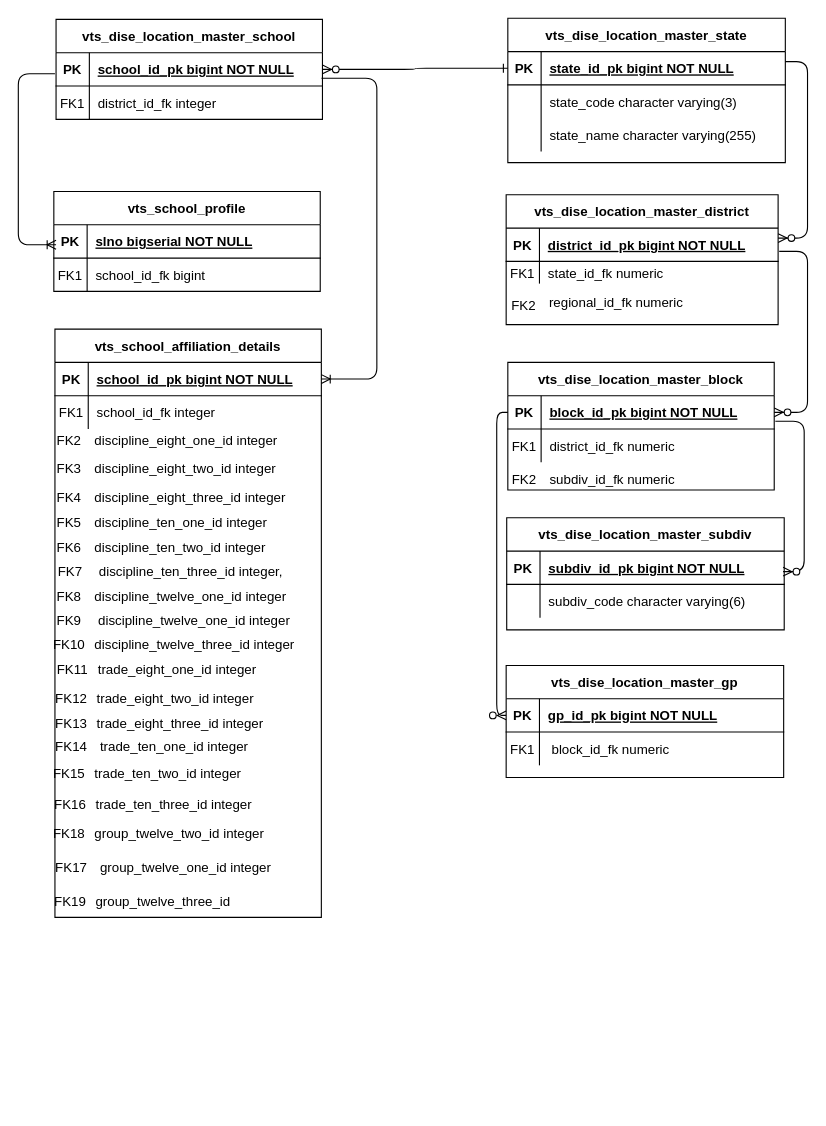
Before: Untitled Diagram.drawio in sourav4371/sourav, a draw.io diagram. Source tidied: cells renumbered, new cells numbered last; positions are measured from the earlier drawing's top-left corner, leaving out a move shared by most shapes. Both pictures are drawn from the tidied source at 111%, with x=0, y=0 at pixel (18, 18).
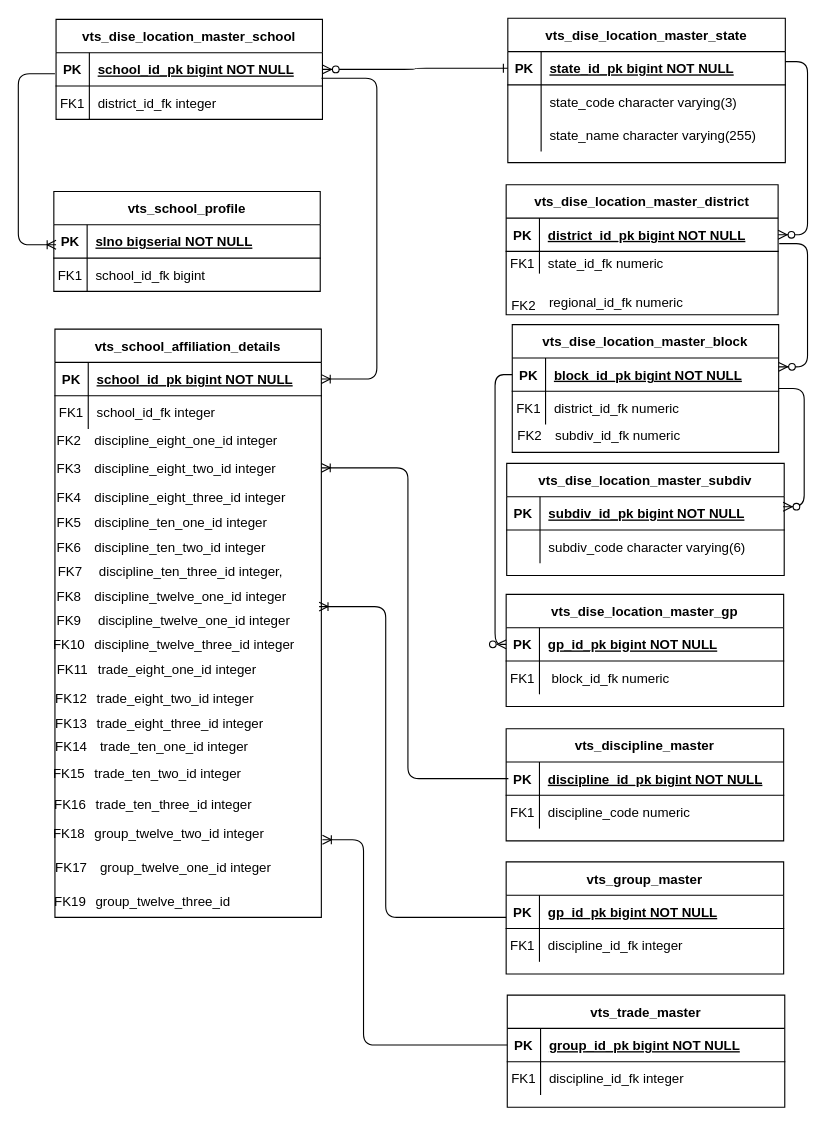
The same diagram, later.

The change refers to these unchanged cells:
```xml
<mxCell id="19" style="shape=partialRectangle;fillColor=none;points=[[0,0.5],[1,0.5]];portConstraint=eastwest;top=0;left=0;right=0;bottom=1;" parent="18" vertex="1">
  <mxGeometry y="30" width="245" height="30" as="geometry" />
</mxCell>
<mxCell id="43" style="shape=partialRectangle;fillColor=none;points=[[0,0.5],[1,0.5]];portConstraint=eastwest;top=0;left=0;right=0;bottom=1;" parent="42" vertex="1">
  <mxGeometry y="30" width="240" height="30" as="geometry" />
</mxCell>
```

The edit, as a diff of the source:
```diff
@@
-    <mxCell id="5" style="edgeStyle=orthogonalEdgeStyle;fontSize=12;html=1;endArrow=ERzeroToMany;endFill=1;exitX=1;exitY=0.5;exitDx=0;exitDy=0;entryX=1;entryY=0.5;entryDx=0;entryDy=0;" parent="1" edge="1">
+    <mxCell id="5" style="edgeStyle=orthogonalEdgeStyle;fontSize=12;html=1;endArrow=ERzeroToMany;endFill=1;exitX=1;exitY=0.5;exitDx=0;exitDy=0;entryX=1;entryY=0.5;entryDx=0;entryDy=0;" parent="1" edge="1" target="19">
       <mxGeometry relative="1" as="geometry">
         <mxPoint x="691" y="39" as="sourcePoint" />
-        <mxPoint x="684.5" y="198" as="targetPoint" />
         <Array as="points">
           <mxPoint x="711" y="39" />
-          <mxPoint x="711" y="198" />
+          <mxPoint x="711" y="195" />
         </Array>
       </mxGeometry>
     </mxCell>
@@
     <mxCell id="14" style="shape=partialRectangle;fillColor=none;top=0;left=0;right=0;bottom=0;" parent="1" vertex="1">
-      <mxGeometry x="441" y="400" width="250" height="30" as="geometry" />
+      <mxGeometry x="446" y="360" width="250" height="30" as="geometry" />
     </mxCell>
@@
     <mxCell id="18" value="vts_dise_location_master_district" style="shape=table;startSize=30;childLayout=tableLayout;rowLines=0;fontStyle=1;align=center;" parent="1" vertex="1">
-      <mxGeometry x="439.5" y="159" width="245" height="117" as="geometry" />
+      <mxGeometry x="439.5" y="150" width="245" height="117" as="geometry" />
     </mxCell>
@@
     <mxCell id="42" value="vts_dise_location_master_block" style="shape=table;startSize=30;childLayout=tableLayout;rowLines=0;fontStyle=1;align=center;" parent="1" vertex="1">
-      <mxGeometry x="441" y="310" width="240" height="115" as="geometry" />
+      <mxGeometry x="445" y="276" width="240" height="115" as="geometry" />
     </mxCell>
@@
     <mxCell id="49" value="vts_dise_location_master_subdiv" style="shape=table;startSize=30;childLayout=tableLayout;rowLines=0;fontStyle=1;align=center;" parent="1" vertex="1">
-      <mxGeometry x="440" y="450" width="250" height="101" as="geometry" />
+      <mxGeometry x="440" y="401" width="250" height="101" as="geometry" />
     </mxCell>
@@
     <mxCell id="56" value="vts_dise_location_master_gp" style="shape=table;startSize=30;childLayout=tableLayout;rowLines=0;fontStyle=1;align=center;" parent="1" vertex="1">
-      <mxGeometry x="439.5" y="583" width="250" height="101" as="geometry" />
+      <mxGeometry x="439.5" y="519" width="250" height="101" as="geometry" />
     </mxCell>
@@
-    <mxCell id="63" style="edgeStyle=orthogonalEdgeStyle;fontSize=12;html=1;endArrow=ERzeroToMany;endFill=1;exitX=1;exitY=0.5;exitDx=0;exitDy=0;entryX=1;entryY=0.5;entryDx=0;entryDy=0;" parent="1" edge="1" target="43">
+    <mxCell id="63" style="edgeStyle=orthogonalEdgeStyle;fontSize=12;html=1;endArrow=ERzeroToMany;endFill=1;exitX=1;exitY=0.5;exitDx=0;exitDy=0;entryX=1;entryY=0.5;entryDx=0;entryDy=0;" parent="1" edge="1">
       <mxGeometry relative="1" as="geometry">
-        <mxPoint x="685.5" y="210" as="sourcePoint" />
+        <mxPoint x="685.5" y="203" as="sourcePoint" />
+        <mxPoint x="685" y="314" as="targetPoint" />
         <Array as="points">
-          <mxPoint x="711" y="210" />
-          <mxPoint x="711" y="355" />
+          <mxPoint x="711" y="203" />
+          <mxPoint x="711" y="314" />
         </Array>
       </mxGeometry>
     </mxCell>
-    <mxCell id="64" style="edgeStyle=orthogonalEdgeStyle;fontSize=12;html=1;endArrow=ERzeroToMany;endFill=1;exitX=1;exitY=0.5;exitDx=0;exitDy=0;entryX=1;entryY=0.5;entryDx=0;entryDy=0;" parent="1" edge="1">
+    <mxCell id="64" style="edgeStyle=orthogonalEdgeStyle;fontSize=12;html=1;endArrow=ERzeroToMany;endFill=1;exitX=1;exitY=0.5;exitDx=0;exitDy=0;" parent="1" edge="1" source="42">
       <mxGeometry relative="1" as="geometry">
-        <mxPoint x="682" y="363" as="sourcePoint" />
-        <mxPoint x="689" y="498.5" as="targetPoint" />
+        <mxPoint x="689" y="440" as="targetPoint" />
         <Array as="points">
-          <mxPoint x="708" y="363" />
-          <mxPoint x="708" y="499" />
+          <mxPoint x="708" y="334" />
+          <mxPoint x="708" y="440" />
         </Array>
       </mxGeometry>
     </mxCell>
@@
+    <mxCell id="137" value="vts_discipline_master" style="shape=table;startSize=30;childLayout=tableLayout;rowLines=0;fontStyle=1;align=center;" parent="1" vertex="1">
+      <mxGeometry x="439.5" y="640" width="250" height="101" as="geometry" />
+    </mxCell>
+    <mxCell id="138" style="shape=partialRectangle;fillColor=none;top=0;left=0;right=0;bottom=1;" parent="137" vertex="1">
+      <mxGeometry y="30" width="250" height="30" as="geometry" />
+    </mxCell>
+    <mxCell id="139" value="PK" style="shape=partialRectangle;overflow=hidden;fillColor=none;top=0;left=0;bottom=0;right=0;fontStyle=1;" parent="138" vertex="1">
+      <mxGeometry width="30" height="30" as="geometry" />
+    </mxCell>
+    <mxCell id="140" value="discipline_id_pk bigint NOT NULL" style="shape=partialRectangle;overflow=hidden;fillColor=none;top=0;left=0;bottom=0;right=0;align=left;spacingLeft=6;fontStyle=5;" parent="138" vertex="1">
+      <mxGeometry x="30" width="220" height="30" as="geometry" />
+    </mxCell>
+    <mxCell id="141" style="shape=partialRectangle;fillColor=none;top=0;left=0;right=0;bottom=0;" parent="137" vertex="1">
+      <mxGeometry y="60" width="250" height="30" as="geometry" />
+    </mxCell>
+    <mxCell id="142" value="FK1" style="shape=partialRectangle;overflow=hidden;fillColor=none;top=0;left=0;bottom=0;right=0;" parent="141" vertex="1">
+      <mxGeometry width="30" height="30" as="geometry" />
+    </mxCell>
+    <mxCell id="143" value="discipline_code numeric" style="shape=partialRectangle;overflow=hidden;fillColor=none;top=0;left=0;bottom=0;right=0;align=left;spacingLeft=6;" parent="141" vertex="1">
+      <mxGeometry x="30" width="220" height="30" as="geometry" />
+    </mxCell>
+    <mxCell id="144" value="vts_group_master" style="shape=table;startSize=30;childLayout=tableLayout;rowLines=0;fontStyle=1;align=center;" parent="1" vertex="1">
+      <mxGeometry x="439.5" y="760" width="250" height="101" as="geometry" />
+    </mxCell>
+    <mxCell id="145" style="shape=partialRectangle;fillColor=none;top=0;left=0;right=0;bottom=1;" parent="144" vertex="1">
+      <mxGeometry y="30" width="250" height="30" as="geometry" />
+    </mxCell>
+    <mxCell id="146" value="PK" style="shape=partialRectangle;overflow=hidden;fillColor=none;top=0;left=0;bottom=0;right=0;fontStyle=1;" parent="145" vertex="1">
+      <mxGeometry width="30" height="30" as="geometry" />
+    </mxCell>
+    <mxCell id="147" value="gp_id_pk bigint NOT NULL" style="shape=partialRectangle;overflow=hidden;fillColor=none;top=0;left=0;bottom=0;right=0;align=left;spacingLeft=6;fontStyle=5;" parent="145" vertex="1">
+      <mxGeometry x="30" width="220" height="30" as="geometry" />
+    </mxCell>
+    <mxCell id="148" style="shape=partialRectangle;fillColor=none;top=0;left=0;right=0;bottom=0;" parent="144" vertex="1">
+      <mxGeometry y="60" width="250" height="30" as="geometry" />
+    </mxCell>
+    <mxCell id="149" value="FK1" style="shape=partialRectangle;overflow=hidden;fillColor=none;top=0;left=0;bottom=0;right=0;" parent="148" vertex="1">
+      <mxGeometry width="30" height="30" as="geometry" />
+    </mxCell>
+    <mxCell id="150" value="discipline_id_fk integer" style="shape=partialRectangle;overflow=hidden;fillColor=none;top=0;left=0;bottom=0;right=0;align=left;spacingLeft=6;" parent="148" vertex="1">
+      <mxGeometry x="30" width="220" height="30" as="geometry" />
+    </mxCell>
+    <mxCell id="151" value="vts_trade_master" style="shape=table;startSize=30;childLayout=tableLayout;rowLines=0;fontStyle=1;align=center;" parent="1" vertex="1">
+      <mxGeometry x="440.5" y="880" width="250" height="101" as="geometry" />
+    </mxCell>
+    <mxCell id="152" style="shape=partialRectangle;fillColor=none;points=[[0,0.5],[1,0.5]];portConstraint=eastwest;top=0;left=0;right=0;bottom=1;" parent="151" vertex="1">
+      <mxGeometry y="30" width="250" height="30" as="geometry" />
+    </mxCell>
+    <mxCell id="153" value="PK" style="shape=partialRectangle;overflow=hidden;fillColor=none;top=0;left=0;bottom=0;right=0;fontStyle=1;" parent="152" vertex="1">
+      <mxGeometry width="30" height="30" as="geometry" />
+    </mxCell>
+    <mxCell id="154" value="group_id_pk bigint NOT NULL" style="shape=partialRectangle;overflow=hidden;fillColor=none;top=0;left=0;bottom=0;right=0;align=left;spacingLeft=6;fontStyle=5;" parent="152" vertex="1">
+      <mxGeometry x="30" width="220" height="30" as="geometry" />
+    </mxCell>
+    <mxCell id="155" style="shape=partialRectangle;fillColor=none;top=0;left=0;right=0;bottom=0;" parent="151" vertex="1">
+      <mxGeometry y="60" width="250" height="30" as="geometry" />
+    </mxCell>
+    <mxCell id="156" value="FK1" style="shape=partialRectangle;overflow=hidden;fillColor=none;top=0;left=0;bottom=0;right=0;" parent="155" vertex="1">
+      <mxGeometry width="30" height="30" as="geometry" />
+    </mxCell>
+    <mxCell id="157" value="discipline_id_fk integer" style="shape=partialRectangle;overflow=hidden;fillColor=none;top=0;left=0;bottom=0;right=0;align=left;spacingLeft=6;" parent="155" vertex="1">
+      <mxGeometry x="30" width="220" height="30" as="geometry" />
+    </mxCell>
+    <mxCell id="158" style="edgeStyle=orthogonalEdgeStyle;fontSize=12;html=1;endArrow=ERoneToMany;entryX=1;entryY=0.5;entryDx=0;entryDy=0;exitX=0;exitY=0.5;exitDx=0;exitDy=0;" parent="1" edge="1">
+      <mxGeometry relative="1" as="geometry">
+        <mxPoint x="441.5" y="685" as="sourcePoint" />
+        <mxPoint x="273" y="405" as="targetPoint" />
+        <Array as="points">
+          <mxPoint x="351" y="685" />
+          <mxPoint x="351" y="405" />
+        </Array>
+      </mxGeometry>
+    </mxCell>
+    <mxCell id="159" style="edgeStyle=orthogonalEdgeStyle;fontSize=12;html=1;endArrow=ERoneToMany;entryX=1;entryY=0.5;entryDx=0;entryDy=0;exitX=0;exitY=0.5;exitDx=0;exitDy=0;" parent="1" edge="1" source="152">
+      <mxGeometry relative="1" as="geometry">
+        <mxPoint x="274" y="740" as="targetPoint" />
+        <Array as="points">
+          <mxPoint x="311" y="925" />
+          <mxPoint x="311" y="740" />
+        </Array>
+      </mxGeometry>
+    </mxCell>
+    <mxCell id="160" style="edgeStyle=orthogonalEdgeStyle;fontSize=12;html=1;endArrow=ERoneToMany;entryX=1;entryY=0.5;entryDx=0;entryDy=0;exitX=0;exitY=0.5;exitDx=0;exitDy=0;" parent="1" edge="1">
+      <mxGeometry relative="1" as="geometry">
+        <mxPoint x="439.5" y="810" as="sourcePoint" />
+        <mxPoint x="271" y="530" as="targetPoint" />
+        <Array as="points">
+          <mxPoint x="331" y="810" />
+          <mxPoint x="331" y="530" />
+        </Array>
+      </mxGeometry>
+    </mxCell>
```
